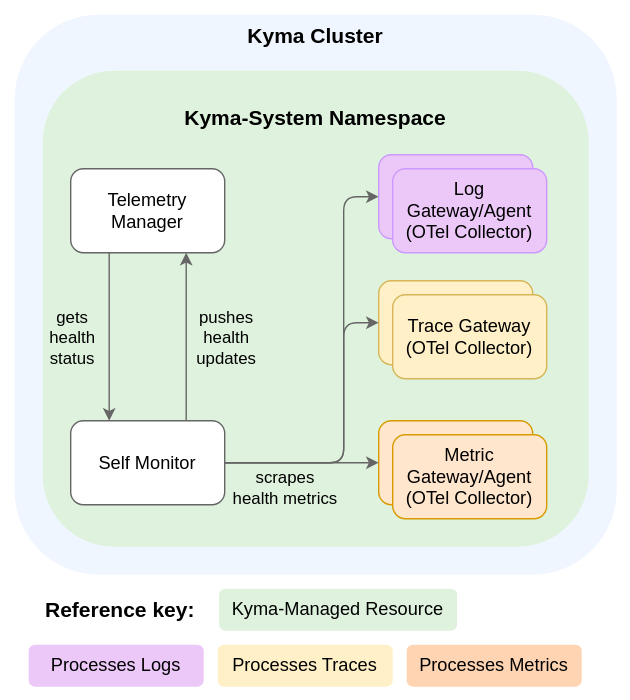
Above: docs/user/assets/manager-arch.drawio.svg in kyma-project/telemetry-manager (draw.io), before the change. Source tidied: cells renumbered, new cells last; positions are measured from the earlier drawing's top-left corner, leaving out a move shared by most shapes.
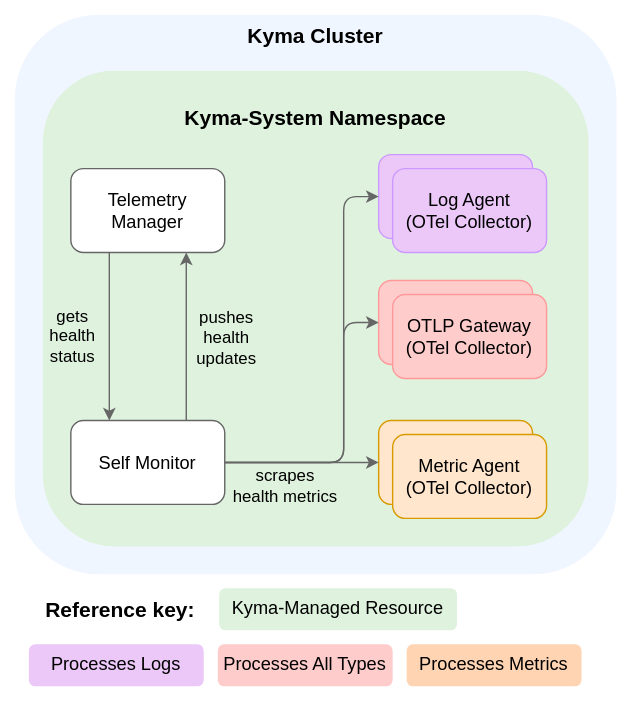
After the change.

Diff of the diagram source:
```diff
@@ -17,7 +17,7 @@
     <mxCell id="6" value="Log Agent&lt;br&gt;(Fluent Bit)" style="rounded=1;whiteSpace=wrap;html=1;fillColor=#ecc8f9;strokeColor=#CC99FF;fontColor=#000000;" parent="1" vertex="1">
       <mxGeometry x="270" y="110" width="110" height="60" as="geometry" />
     </mxCell>
-    <mxCell id="7" value="Trace Gateway&lt;br&gt;(Otel Collector)" style="rounded=1;whiteSpace=wrap;html=1;fillColor=#fff0c7;strokeColor=#D6B656;fontColor=#000000;" parent="1" vertex="1">
+    <mxCell id="7" value="Trace Gateway&lt;br&gt;(Otel Collector)" style="rounded=1;whiteSpace=wrap;html=1;fillColor=#FFCCCC;strokeColor=#FF9999;fontColor=#000000;" parent="1" vertex="1">
       <mxGeometry x="270" y="200" width="110" height="60" as="geometry" />
     </mxCell>
     <mxCell id="8" value="Metric Gateway/Agent&lt;br&gt;(Otel Collector)" style="rounded=1;whiteSpace=wrap;html=1;fillColor=#ffe6cc;strokeColor=#d79b00;" parent="1" vertex="1">
@@ -66,19 +66,19 @@
     <mxCell id="16" value="&lt;font style=&quot;font-size: 15px;&quot;&gt;&lt;b&gt;Reference key:&lt;/b&gt;&lt;/font&gt;" style="text;html=1;align=center;verticalAlign=middle;strokeColor=none;fillColor=#FFFFFF;fontColor=#000000;" parent="1" vertex="1">
       <mxGeometry x="20" y="420" width="130" height="30" as="geometry" />
     </mxCell>
-    <mxCell id="17" value="Trace Gateway&lt;br style=&quot;font-size: 13px;&quot;&gt;(OTel Collector)" style="rounded=1;whiteSpace=wrap;html=1;fillColor=#fff0c7;strokeColor=#D6B656;fontColor=#000000;fontSize=13;" parent="1" vertex="1">
+    <mxCell id="17" value="OTLP Gateway&lt;br style=&quot;font-size: 13px;&quot;&gt;(OTel Collector)" style="rounded=1;whiteSpace=wrap;html=1;fillColor=#FFCCCC;strokeColor=#FF9999;fontColor=#000000;fontSize=13;" parent="1" vertex="1">
       <mxGeometry x="280" y="210" width="110" height="60" as="geometry" />
     </mxCell>
-    <mxCell id="18" value="Log Gateway/Agent&lt;br style=&quot;font-size: 13px;&quot;&gt;(OTel Collector)" style="rounded=1;whiteSpace=wrap;html=1;fillColor=#ecc8f9;strokeColor=#CC99FF;fontColor=#000000;fontSize=13;" parent="1" vertex="1">
+    <mxCell id="18" value="Log Agent&lt;br style=&quot;font-size: 13px;&quot;&gt;(OTel Collector)" style="rounded=1;whiteSpace=wrap;html=1;fillColor=#ecc8f9;strokeColor=#CC99FF;fontColor=#000000;fontSize=13;" parent="1" vertex="1">
       <mxGeometry x="280" y="120" width="110" height="60" as="geometry" />
     </mxCell>
-    <mxCell id="19" value="Metric Gateway/Agent&lt;br style=&quot;font-size: 13px;&quot;&gt;(OTel Collector)" style="rounded=1;whiteSpace=wrap;html=1;fillColor=#ffe6cc;strokeColor=#d79b00;fontSize=13;" parent="1" vertex="1">
+    <mxCell id="19" value="Metric Agent&lt;br style=&quot;font-size: 13px;&quot;&gt;(OTel Collector)" style="rounded=1;whiteSpace=wrap;html=1;fillColor=#ffe6cc;strokeColor=#d79b00;fontSize=13;" parent="1" vertex="1">
       <mxGeometry x="280" y="310" width="110" height="60" as="geometry" />
     </mxCell>
     <mxCell id="20" value="&lt;span style=&quot;color: rgb(0, 0, 0); font-family: Helvetica; font-size: 13px; font-style: normal; font-variant-ligatures: normal; font-variant-caps: normal; font-weight: 400; letter-spacing: normal; orphans: 2; text-indent: 0px; text-transform: none; widows: 2; word-spacing: 0px; -webkit-text-stroke-width: 0px; text-decoration-thickness: initial; text-decoration-style: initial; text-decoration-color: initial; float: none; display: inline !important;&quot;&gt;Processes Logs&lt;/span&gt;" style="text;whiteSpace=wrap;html=1;strokeColor=none;rounded=1;fillColor=#ecc8f9;align=center;" parent="1" vertex="1">
       <mxGeometry x="20" y="460" width="125" height="30" as="geometry" />
     </mxCell>
-    <mxCell id="21" value="&lt;span style=&quot;color: rgb(0, 0, 0); font-family: Helvetica; font-size: 13px; font-style: normal; font-variant-ligatures: normal; font-variant-caps: normal; font-weight: 400; letter-spacing: normal; orphans: 2; text-indent: 0px; text-transform: none; widows: 2; word-spacing: 0px; -webkit-text-stroke-width: 0px; text-decoration-thickness: initial; text-decoration-style: initial; text-decoration-color: initial; float: none; display: inline !important;&quot;&gt;Processes Traces&lt;/span&gt;" style="text;whiteSpace=wrap;html=1;strokeColor=none;rounded=1;fillColor=#fff0c7;align=center;" parent="1" vertex="1">
+    <mxCell id="21" value="&lt;span style=&quot;color: rgb(0, 0, 0); font-family: Helvetica; font-size: 13px; font-style: normal; font-variant-ligatures: normal; font-variant-caps: normal; font-weight: 400; letter-spacing: normal; orphans: 2; text-indent: 0px; text-transform: none; widows: 2; word-spacing: 0px; -webkit-text-stroke-width: 0px; text-decoration-thickness: initial; text-decoration-style: initial; text-decoration-color: initial; float: none; display: inline !important;&quot;&gt;Processes All Types&lt;/span&gt;" style="text;whiteSpace=wrap;html=1;strokeColor=none;rounded=1;fillColor=#FFCCCC;align=center;" parent="1" vertex="1">
       <mxGeometry x="155" y="460" width="125" height="30" as="geometry" />
     </mxCell>
     <mxCell id="22" value="&lt;span style=&quot;color: rgb(0, 0, 0); font-family: Helvetica; font-size: 13px; font-style: normal; font-variant-ligatures: normal; font-variant-caps: normal; font-weight: 400; letter-spacing: normal; orphans: 2; text-indent: 0px; text-transform: none; widows: 2; word-spacing: 0px; -webkit-text-stroke-width: 0px; text-decoration-thickness: initial; text-decoration-style: initial; text-decoration-color: initial; float: none; display: inline !important;&quot;&gt;Processes Metrics&lt;/span&gt;" style="text;whiteSpace=wrap;html=1;strokeColor=none;rounded=1;fillColor=#ffd4b3;align=center;" parent="1" vertex="1">
```
